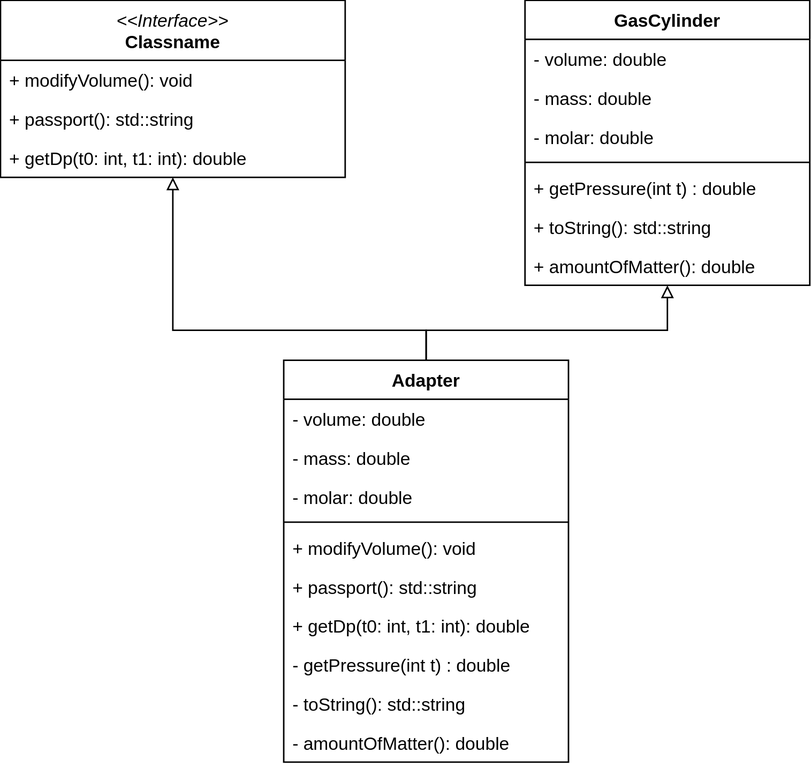
AlexOS12/tkpo_2024 keeps this draw.io diagram as lab4/adapter_cd.svg. Above is the earlier version. Source tidied: cells renumbered, new cells last; positions are measured from the earlier drawing's top-left corner, leaving out a move shared by most shapes.
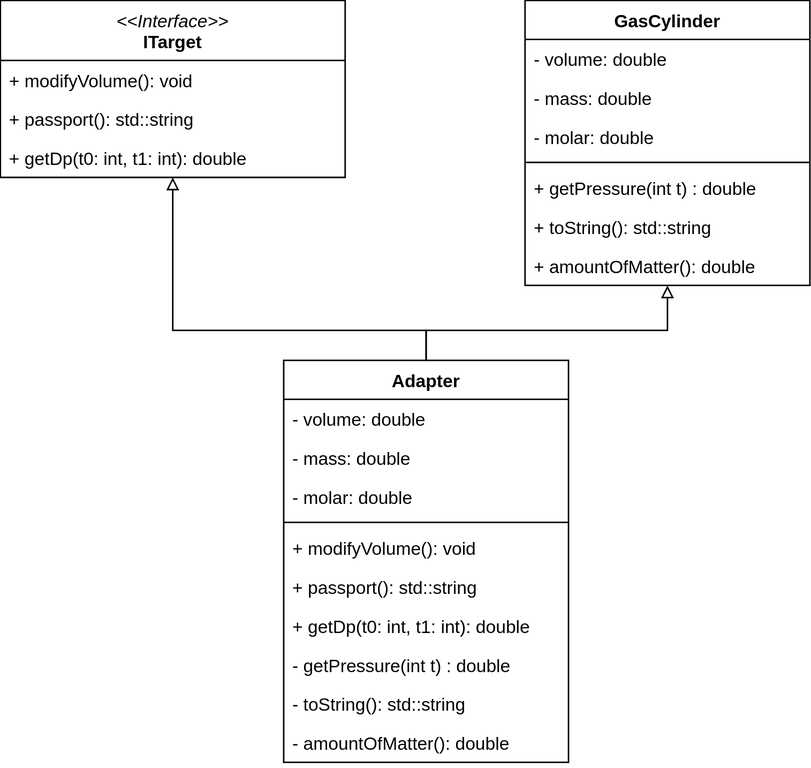
The same file after the commit.

Commit message:
Правка в диаграмму классов ЛР4

Diff of the diagram source:
```diff
@@ -2,7 +2,7 @@
   <root>
     <mxCell id="0" />
     <mxCell id="1" parent="0" />
-    <mxCell id="2" value="&lt;div&gt;&lt;i style=&quot;font-weight: 400;&quot;&gt;&amp;lt;&amp;lt;Interface&amp;gt;&amp;gt;&lt;/i&gt;&lt;/div&gt;Classname" style="swimlane;fontStyle=1;align=center;verticalAlign=top;horizontal=1;startSize=40;whiteSpace=wrap;html=1;" parent="1" vertex="1">
+    <mxCell id="2" value="&lt;div&gt;&lt;i style=&quot;font-weight: 400;&quot;&gt;&amp;lt;&amp;lt;Interface&amp;gt;&amp;gt;&lt;/i&gt;&lt;/div&gt;ITarget" style="swimlane;fontStyle=1;align=center;verticalAlign=top;horizontal=1;startSize=40;whiteSpace=wrap;html=1;" parent="1" vertex="1">
       <mxGeometry width="230" height="118" as="geometry" />
     </mxCell>
     <mxCell id="3" value="+ modifyVolume(): void" style="text;strokeColor=none;fillColor=none;align=left;verticalAlign=top;spacingLeft=4;spacingRight=4;overflow=hidden;whiteSpace=wrap;html=1;" parent="2" vertex="1">
```
